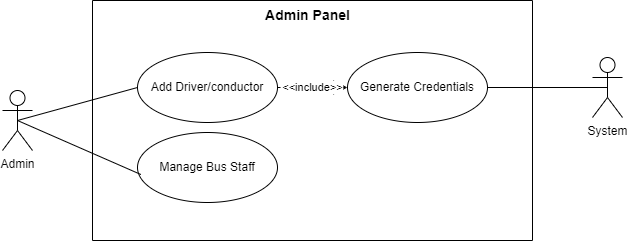
This is NTU Ride Pilot/Documentation/Diagrams/UseCaseDiagrams/BusStaffManagement.drawio.png from Abubakar-doc/FYP-24-SE-A-204, a draw.io export, as it was before one commit. Source tidied: cells renumbered, new cells last; positions are measured from the earlier drawing's top-left corner, leaving out a move shared by most shapes. The source it was exported from:
```xml
<mxGraphModel>
  <root>
    <mxCell id="0" />
    <mxCell id="1" parent="0" />
    <mxCell id="2" style="swimlane;startSize=0;" parent="1" vertex="1">
      <mxGeometry x="90" width="440" height="240" as="geometry" />
    </mxCell>
    <mxCell id="3" value="&amp;lt;&amp;lt;include&amp;gt;&amp;gt;" style="endArrow=open;endSize=12;dashed=1;html=1;rounded=0;" parent="2" edge="1" source="4" target="6">
      <mxGeometry relative="1" as="geometry" />
    </mxCell>
    <mxCell id="4" value="Add Driver/conductor" style="ellipse;whiteSpace=wrap;html=1;" parent="2" vertex="1">
      <mxGeometry x="45" y="52" width="140" height="70" as="geometry" />
    </mxCell>
    <mxCell id="5" value="Manage Bus Staff" style="ellipse;whiteSpace=wrap;html=1;" parent="2" vertex="1">
      <mxGeometry x="45" y="132" width="140" height="70" as="geometry" />
    </mxCell>
    <mxCell id="6" value="Generate Credentials" style="ellipse;whiteSpace=wrap;html=1;" parent="2" vertex="1">
      <mxGeometry x="255" y="52" width="140" height="70" as="geometry" />
    </mxCell>
    <mxCell id="7" value="&lt;b&gt;&lt;font style=&quot;font-size: 14px;&quot;&gt;Admin Panel&lt;/font&gt;&lt;/b&gt;" style="text;html=1;align=center;verticalAlign=middle;strokeColor=none;fillColor=none;" parent="2" vertex="1">
      <mxGeometry x="160" width="110" height="30" as="geometry" />
    </mxCell>
    <mxCell id="8" style="rounded=0;jettySize=auto;html=1;exitX=0.5;exitY=0.5;exitDx=0;exitDy=0;exitPerimeter=0;entryX=0;entryY=0.5;entryDx=0;entryDy=0;endArrow=none;startFill=0;" parent="1" edge="1" source="9" target="4">
      <mxGeometry relative="1" as="geometry" />
    </mxCell>
    <mxCell id="9" value="Admin" style="shape=umlActor;verticalLabelPosition=bottom;verticalAlign=top;html=1;" parent="1" vertex="1">
      <mxGeometry y="90" width="30" height="60" as="geometry" />
    </mxCell>
    <mxCell id="10" style="rounded=0;jettySize=auto;html=1;exitX=0.5;exitY=0.5;exitDx=0;exitDy=0;exitPerimeter=0;entryX=0.024;entryY=0.6;entryDx=0;entryDy=0;entryPerimeter=0;strokeColor=default;endArrow=none;startFill=0;" parent="1" edge="1" source="9" target="5">
      <mxGeometry relative="1" as="geometry" />
    </mxCell>
    <mxCell id="11" value="System" style="shape=umlActor;verticalLabelPosition=bottom;verticalAlign=top;html=1;" parent="1" vertex="1">
      <mxGeometry x="590" y="57" width="30" height="60" as="geometry" />
    </mxCell>
    <mxCell id="12" style="rounded=0;jettySize=auto;html=1;exitX=0.5;exitY=0.5;exitDx=0;exitDy=0;exitPerimeter=0;entryX=1;entryY=0.5;entryDx=0;entryDy=0;endArrow=none;startFill=0;" parent="1" edge="1" source="11" target="6">
      <mxGeometry relative="1" as="geometry" />
    </mxCell>
  </root>
</mxGraphModel>
```
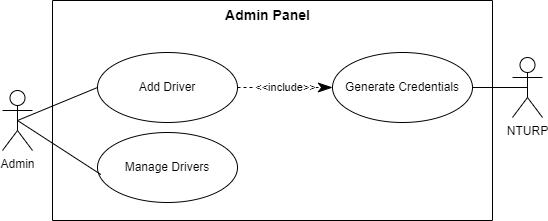
After the change.

Diff of the diagram source:
```diff
@@ -3,19 +3,19 @@
     <mxCell id="0" />
     <mxCell id="1" parent="0" />
     <mxCell id="2" style="swimlane;startSize=0;" parent="1" vertex="1">
-      <mxGeometry x="90" width="440" height="240" as="geometry" />
+      <mxGeometry x="90" width="440" height="220" as="geometry" />
     </mxCell>
-    <mxCell id="3" value="&amp;lt;&amp;lt;include&amp;gt;&amp;gt;" style="endArrow=open;endSize=12;dashed=1;html=1;rounded=0;" parent="2" edge="1" source="4" target="6">
+    <mxCell id="3" value="&amp;lt;&amp;lt;include&amp;gt;&amp;gt;" style="endArrow=classicThin;endSize=12;dashed=1;html=1;rounded=0;endFill=1;" parent="2" edge="1" source="4" target="6">
       <mxGeometry relative="1" as="geometry" />
     </mxCell>
-    <mxCell id="4" value="Add Driver/conductor" style="ellipse;whiteSpace=wrap;html=1;" parent="2" vertex="1">
+    <mxCell id="4" value="Add Driver" style="ellipse;whiteSpace=wrap;html=1;" parent="2" vertex="1">
       <mxGeometry x="45" y="52" width="140" height="70" as="geometry" />
     </mxCell>
-    <mxCell id="5" value="Manage Bus Staff" style="ellipse;whiteSpace=wrap;html=1;" parent="2" vertex="1">
+    <mxCell id="5" value="Manage Drivers" style="ellipse;whiteSpace=wrap;html=1;" parent="2" vertex="1">
       <mxGeometry x="45" y="132" width="140" height="70" as="geometry" />
     </mxCell>
     <mxCell id="6" value="Generate Credentials" style="ellipse;whiteSpace=wrap;html=1;" parent="2" vertex="1">
-      <mxGeometry x="255" y="52" width="140" height="70" as="geometry" />
+      <mxGeometry x="280" y="52" width="140" height="70" as="geometry" />
     </mxCell>
     <mxCell id="7" value="&lt;b&gt;&lt;font style=&quot;font-size: 14px;&quot;&gt;Admin Panel&lt;/font&gt;&lt;/b&gt;" style="text;html=1;align=center;verticalAlign=middle;strokeColor=none;fillColor=none;" parent="2" vertex="1">
       <mxGeometry x="160" width="110" height="30" as="geometry" />
@@ -24,13 +24,13 @@
       <mxGeometry relative="1" as="geometry" />
     </mxCell>
     <mxCell id="9" value="Admin" style="shape=umlActor;verticalLabelPosition=bottom;verticalAlign=top;html=1;" parent="1" vertex="1">
-      <mxGeometry y="90" width="30" height="60" as="geometry" />
+      <mxGeometry x="40" y="90" width="30" height="60" as="geometry" />
     </mxCell>
     <mxCell id="10" style="rounded=0;jettySize=auto;html=1;exitX=0.5;exitY=0.5;exitDx=0;exitDy=0;exitPerimeter=0;entryX=0.024;entryY=0.6;entryDx=0;entryDy=0;entryPerimeter=0;strokeColor=default;endArrow=none;startFill=0;" parent="1" edge="1" source="9" target="5">
       <mxGeometry relative="1" as="geometry" />
     </mxCell>
-    <mxCell id="11" value="System" style="shape=umlActor;verticalLabelPosition=bottom;verticalAlign=top;html=1;" parent="1" vertex="1">
-      <mxGeometry x="590" y="57" width="30" height="60" as="geometry" />
+    <mxCell id="11" value="NTURP" style="shape=umlActor;verticalLabelPosition=bottom;verticalAlign=top;html=1;" parent="1" vertex="1">
+      <mxGeometry x="550" y="57" width="30" height="60" as="geometry" />
     </mxCell>
     <mxCell id="12" style="rounded=0;jettySize=auto;html=1;exitX=0.5;exitY=0.5;exitDx=0;exitDy=0;exitPerimeter=0;entryX=1;entryY=0.5;entryDx=0;entryDy=0;endArrow=none;startFill=0;" parent="1" edge="1" source="11" target="6">
       <mxGeometry relative="1" as="geometry" />
```
